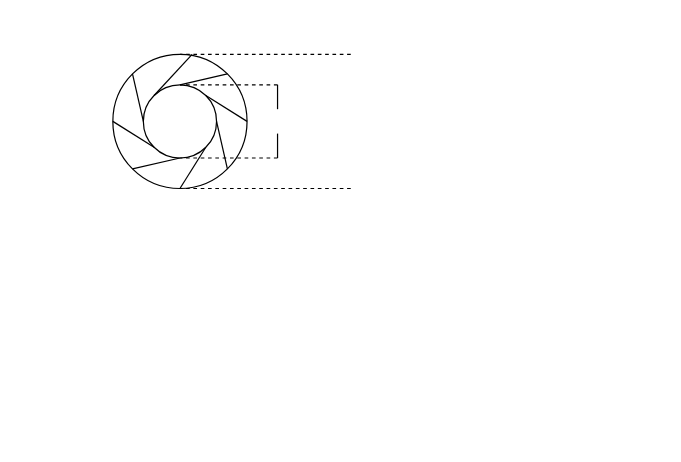
Before: Tatuaje Burro Cañon.drawio in Pablucas/Personal, a draw.io diagram. Source tidied: cells renumbered, new cells numbered last; positions are measured from the earlier drawing's top-left corner, leaving out a move shared by most shapes. Both pictures are drawn from the tidied source at 122%, with x=0, y=0 at pixel (112, 54).
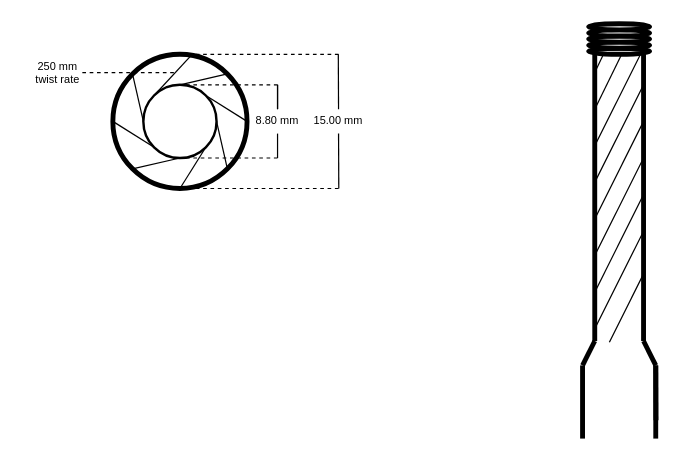
The same diagram, later.

Diff of the diagram source:
```diff
@@
-    <mxCell id="2" style="ellipse;whiteSpace=wrap;html=1;" parent="1" vertex="1">
+    <mxCell id="2" style="ellipse;whiteSpace=wrap;html=1;strokeWidth=4;" parent="1" vertex="1">
       <mxGeometry width="110" height="110" as="geometry" />
     </mxCell>
-    <mxCell id="3" style="ellipse;whiteSpace=wrap;html=1;" parent="1" vertex="1">
+    <mxCell id="3" style="ellipse;whiteSpace=wrap;html=1;strokeWidth=2;" parent="1" vertex="1">
       <mxGeometry x="25" y="25" width="60" height="60" as="geometry" />
     </mxCell>
@@
     <mxCell id="14" style="endArrow=none;html=1;rounded=0;entryX=0.5;entryY=0;entryDx=0;entryDy=0;dashed=1;" parent="1" edge="1" target="2">
       <mxGeometry relative="1" as="geometry">
-        <mxPoint x="195" as="sourcePoint" />
+        <mxPoint x="185" as="sourcePoint" />
       </mxGeometry>
     </mxCell>
     <mxCell id="15" style="endArrow=none;html=1;rounded=0;entryX=0.5;entryY=0;entryDx=0;entryDy=0;dashed=1;" parent="1" edge="1">
       <mxGeometry relative="1" as="geometry">
-        <mxPoint x="195" y="110" as="sourcePoint" />
+        <mxPoint x="185" y="110" as="sourcePoint" />
         <mxPoint x="55" y="110" as="targetPoint" />
       </mxGeometry>
     </mxCell>
@@
+    <mxCell id="18" value="8.80 mm" style="text;html=1;whiteSpace=wrap;strokeColor=none;fillColor=none;align=center;verticalAlign=middle;rounded=0;fontSize=9;" parent="1" vertex="1">
+      <mxGeometry x="105" y="40" width="60" height="30" as="geometry" />
+    </mxCell>
+    <mxCell id="19" style="endArrow=none;html=1;rounded=0;dashed=1;" parent="1" edge="1">
+      <mxGeometry relative="1" as="geometry">
+        <mxPoint x="-25" y="15" as="sourcePoint" />
+        <mxPoint x="51" y="15" as="targetPoint" />
+      </mxGeometry>
+    </mxCell>
+    <mxCell id="20" value="&lt;div&gt;250 mm&lt;/div&gt;&lt;div&gt;twist rate&lt;/div&gt;" style="text;html=1;whiteSpace=wrap;strokeColor=none;fillColor=none;align=center;verticalAlign=middle;rounded=0;fontSize=9;" parent="1" vertex="1">
+      <mxGeometry x="-75" width="60" height="30" as="geometry" />
+    </mxCell>
+    <mxCell id="21" value="15.00 mm" style="text;html=1;whiteSpace=wrap;strokeColor=none;fillColor=none;align=center;verticalAlign=middle;rounded=0;fontSize=9;" parent="1" vertex="1">
+      <mxGeometry x="155" y="40" width="60" height="30" as="geometry" />
+    </mxCell>
+    <mxCell id="22" style="endArrow=none;html=1;rounded=0;" parent="1" edge="1">
+      <mxGeometry relative="1" as="geometry">
+        <mxPoint x="135" y="45" as="sourcePoint" />
+        <mxPoint x="135" y="25" as="targetPoint" />
+      </mxGeometry>
+    </mxCell>
+    <mxCell id="23" style="endArrow=none;html=1;rounded=0;" parent="1" edge="1">
+      <mxGeometry relative="1" as="geometry">
+        <mxPoint x="185" y="45" as="sourcePoint" />
+        <mxPoint x="184.8" as="targetPoint" />
+      </mxGeometry>
+    </mxCell>
+    <mxCell id="24" style="endArrow=none;html=1;rounded=0;" parent="1" edge="1">
+      <mxGeometry relative="1" as="geometry">
+        <mxPoint x="185.2" y="110" as="sourcePoint" />
+        <mxPoint x="185" y="65" as="targetPoint" />
+      </mxGeometry>
+    </mxCell>
+    <mxCell id="25" style="endArrow=none;html=1;rounded=0;strokeWidth=4;" parent="1" edge="1">
+      <mxGeometry relative="1" as="geometry">
+        <mxPoint x="395" y="235" as="sourcePoint" />
+        <mxPoint x="395" y="-5" as="targetPoint" />
+      </mxGeometry>
+    </mxCell>
+    <mxCell id="26" style="endArrow=none;html=1;rounded=0;strokeWidth=4;" parent="1" edge="1">
+      <mxGeometry relative="1" as="geometry">
+        <mxPoint x="435" y="235" as="sourcePoint" />
+        <mxPoint x="435" y="-5" as="targetPoint" />
+      </mxGeometry>
+    </mxCell>
+    <mxCell id="27" style="endArrow=none;html=1;rounded=0;strokeWidth=4;" parent="1" edge="1">
+      <mxGeometry relative="1" as="geometry">
+        <mxPoint x="385" y="315" as="sourcePoint" />
+        <mxPoint x="385" y="255" as="targetPoint" />
+      </mxGeometry>
+    </mxCell>
+    <mxCell id="28" style="endArrow=none;html=1;rounded=0;strokeWidth=4;" parent="1" edge="1">
+      <mxGeometry relative="1" as="geometry">
+        <mxPoint x="445.2" y="300" as="sourcePoint" />
+        <mxPoint x="445" y="255" as="targetPoint" />
+      </mxGeometry>
+    </mxCell>
+    <mxCell id="29" style="endArrow=none;html=1;rounded=0;strokeWidth=4;" parent="1" edge="1">
+      <mxGeometry relative="1" as="geometry">
+        <mxPoint x="445" y="315" as="sourcePoint" />
+        <mxPoint x="445" y="255" as="targetPoint" />
+      </mxGeometry>
+    </mxCell>
+    <mxCell id="30" style="endArrow=none;html=1;rounded=0;strokeWidth=4;" parent="1" edge="1">
+      <mxGeometry relative="1" as="geometry">
+        <mxPoint x="445" y="255" as="sourcePoint" />
+        <mxPoint x="435" y="235" as="targetPoint" />
+      </mxGeometry>
+    </mxCell>
+    <mxCell id="31" style="endArrow=none;html=1;rounded=0;strokeWidth=4;" parent="1" edge="1">
+      <mxGeometry relative="1" as="geometry">
+        <mxPoint x="385" y="255" as="sourcePoint" />
+        <mxPoint x="395" y="235" as="targetPoint" />
+      </mxGeometry>
+    </mxCell>
+    <mxCell id="32" style="endArrow=none;html=1;rounded=0;" parent="1" edge="1">
+      <mxGeometry relative="1" as="geometry">
+        <mxPoint x="395" y="75" as="sourcePoint" />
+        <mxPoint x="435" y="-5" as="targetPoint" />
+      </mxGeometry>
+    </mxCell>
+    <mxCell id="33" style="endArrow=none;html=1;rounded=0;" parent="1" edge="1">
+      <mxGeometry relative="1" as="geometry">
+        <mxPoint x="395" y="105" as="sourcePoint" />
+        <mxPoint x="435" y="25" as="targetPoint" />
+      </mxGeometry>
+    </mxCell>
+    <mxCell id="34" style="endArrow=none;html=1;rounded=0;" parent="1" edge="1">
+      <mxGeometry relative="1" as="geometry">
+        <mxPoint x="395" y="135" as="sourcePoint" />
+        <mxPoint x="435" y="55" as="targetPoint" />
+      </mxGeometry>
+    </mxCell>
+    <mxCell id="35" style="endArrow=none;html=1;rounded=0;" parent="1" edge="1">
+      <mxGeometry relative="1" as="geometry">
+        <mxPoint x="395" y="165" as="sourcePoint" />
+        <mxPoint x="435" y="85" as="targetPoint" />
+      </mxGeometry>
+    </mxCell>
+    <mxCell id="36" style="endArrow=none;html=1;rounded=0;" parent="1" edge="1">
+      <mxGeometry relative="1" as="geometry">
+        <mxPoint x="395" y="195" as="sourcePoint" />
+        <mxPoint x="435" y="115" as="targetPoint" />
+      </mxGeometry>
+    </mxCell>
+    <mxCell id="37" style="endArrow=none;html=1;rounded=0;" parent="1" edge="1">
+      <mxGeometry relative="1" as="geometry">
+        <mxPoint x="395" y="225" as="sourcePoint" />
+        <mxPoint x="435" y="145" as="targetPoint" />
+      </mxGeometry>
+    </mxCell>
+    <mxCell id="38" style="endArrow=none;html=1;rounded=0;" parent="1" edge="1">
+      <mxGeometry relative="1" as="geometry">
+        <mxPoint x="395" y="45" as="sourcePoint" />
+        <mxPoint x="420" y="-6" as="targetPoint" />
+      </mxGeometry>
+    </mxCell>
+    <mxCell id="39" style="endArrow=none;html=1;rounded=0;" parent="1" edge="1">
+      <mxGeometry relative="1" as="geometry">
+        <mxPoint x="395" y="15" as="sourcePoint" />
+        <mxPoint x="405" y="-6" as="targetPoint" />
+      </mxGeometry>
+    </mxCell>
+    <mxCell id="40" style="endArrow=none;html=1;rounded=0;" parent="1" edge="1">
+      <mxGeometry relative="1" as="geometry">
+        <mxPoint x="407" y="236" as="sourcePoint" />
+        <mxPoint x="435" y="180" as="targetPoint" />
+      </mxGeometry>
+    </mxCell>
+    <mxCell id="41" style="ellipse;whiteSpace=wrap;html=1;strokeWidth=4;" parent="1" vertex="1">
+      <mxGeometry x="390" y="-5" width="50" height="5" as="geometry" />
+    </mxCell>
+    <mxCell id="42" style="ellipse;whiteSpace=wrap;html=1;strokeWidth=4;" parent="1" vertex="1">
+      <mxGeometry x="390" y="-10" width="50" height="5" as="geometry" />
+    </mxCell>
+    <mxCell id="43" style="ellipse;whiteSpace=wrap;html=1;strokeWidth=4;" parent="1" vertex="1">
+      <mxGeometry x="390" y="-15" width="50" height="5" as="geometry" />
+    </mxCell>
+    <mxCell id="44" style="ellipse;whiteSpace=wrap;html=1;strokeWidth=4;" parent="1" vertex="1">
+      <mxGeometry x="390" y="-20" width="50" height="5" as="geometry" />
+    </mxCell>
+    <mxCell id="45" style="ellipse;whiteSpace=wrap;html=1;strokeWidth=4;" parent="1" vertex="1">
+      <mxGeometry x="390" y="-25" width="50" height="5" as="geometry" />
+    </mxCell>
```
